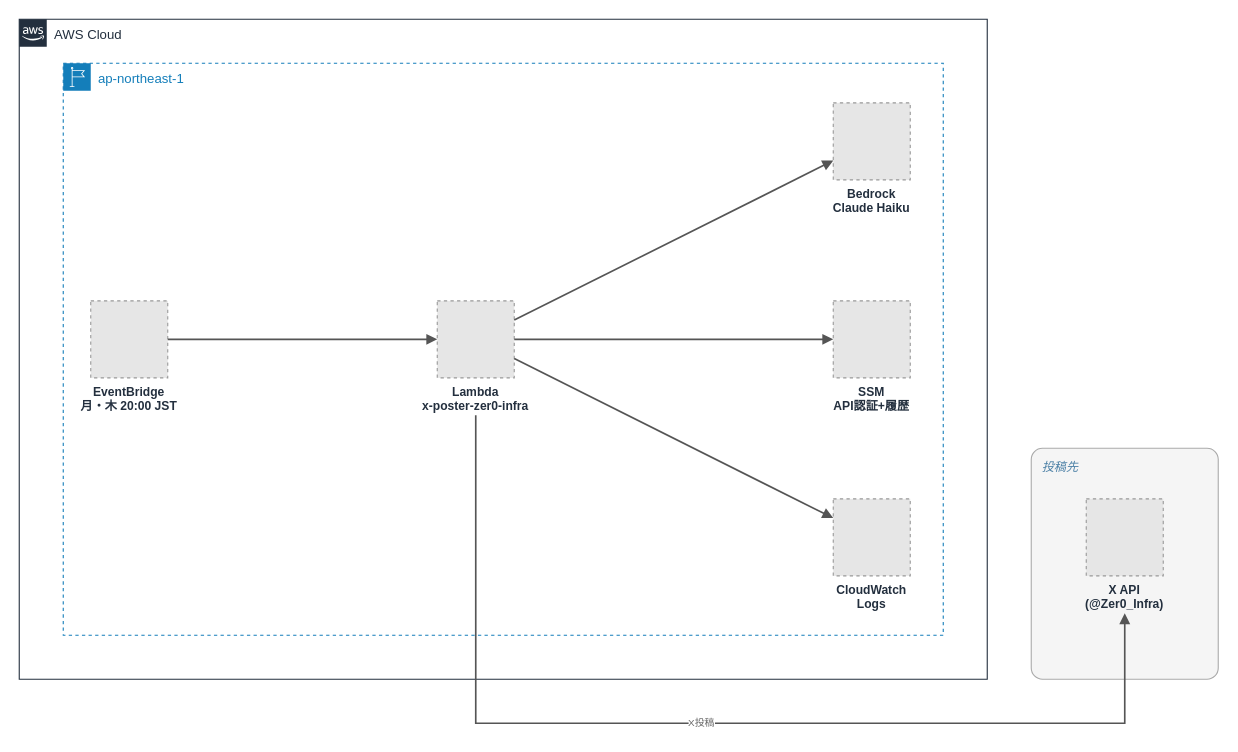
Zer0-1179/Zer0-public keeps this draw.io diagram as 001_x-poster-zer0-infra/images/001_architecture.drawio. Above is the earlier version. Source tidied: cells renumbered, new cells numbered last; positions are measured from the earlier drawing's top-left corner, leaving out a move shared by most shapes. Both pictures are drawn from the tidied source at 110%, with x=0, y=0 at pixel (19, 19). Pictures stored in the file or linked from it are replaced by grey dashed boxes.
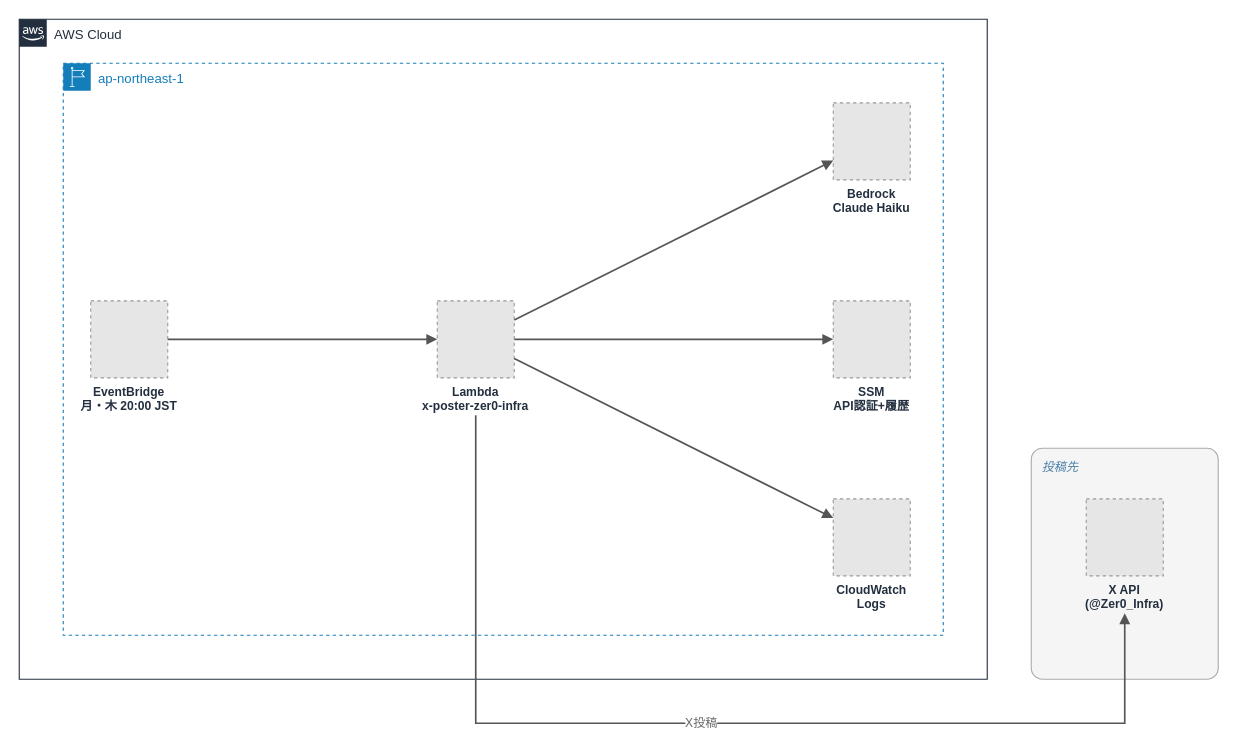
The same diagram, later.

Diff of the diagram source:
```diff
@@
 <mxGraphModel>
   <root>
     <mxCell id="0" />
     <mxCell id="1" parent="0" />
     <mxCell id="2" value="AWS Cloud" style="gradientColor=none;html=1;whiteSpace=wrap;fontSize=12;fontStyle=0;shape=mxgraph.aws4.group;grIcon=mxgraph.aws4.group_aws_cloud_alt;strokeColor=#232F3E;fillColor=none;verticalAlign=top;align=left;spacingLeft=30;fontColor=#232F3E;dashed=0;" parent="1" vertex="1">
       <mxGeometry width="880" height="600" as="geometry" />
     </mxCell>
     <mxCell id="3" value="投稿先" style="rounded=1;arcSize=6;whiteSpace=wrap;html=1;fillColor=#F5F5F5;strokeColor=#AAAAAA;verticalAlign=top;align=left;spacingLeft=8;spacingTop=4;fontColor=#4A7FA5;fontStyle=2;fontSize=11;" parent="1" vertex="1">
       <mxGeometry x="920" y="390" width="170" height="210" as="geometry" />
     </mxCell>
     <mxCell id="4" value="EventBridge&#10;月・木 20:00 JST" style="fillColor=#E6E6E6;strokeColor=#999999;dashed=1;verticalLabelPosition=bottom;verticalAlign=top;labelBackgroundColor=none;fontSize=11;fontStyle=1;fontColor=#232F3E;" parent="1" vertex="1">
       <mxGeometry x="65" y="256" width="70" height="70" as="geometry" />
     </mxCell>
     <mxCell id="5" value="Lambda&#10;x-poster-zer0-infra" style="fillColor=#E6E6E6;strokeColor=#999999;dashed=1;verticalLabelPosition=bottom;verticalAlign=top;labelBackgroundColor=none;fontSize=11;fontStyle=1;fontColor=#232F3E;" parent="1" vertex="1">
       <mxGeometry x="380" y="256" width="70" height="70" as="geometry" />
     </mxCell>
     <mxCell id="6" value="Bedrock&#10;Claude Haiku" style="fillColor=#E6E6E6;strokeColor=#999999;dashed=1;verticalLabelPosition=bottom;verticalAlign=top;labelBackgroundColor=none;fontSize=11;fontStyle=1;fontColor=#232F3E;" parent="1" vertex="1">
       <mxGeometry x="740" y="76" width="70" height="70" as="geometry" />
     </mxCell>
     <mxCell id="7" value="SSM&#10;API認証+履歴" style="fillColor=#E6E6E6;strokeColor=#999999;dashed=1;verticalLabelPosition=bottom;verticalAlign=top;labelBackgroundColor=none;fontSize=11;fontStyle=1;fontColor=#232F3E;" parent="1" vertex="1">
       <mxGeometry x="740" y="256" width="70" height="70" as="geometry" />
     </mxCell>
     <mxCell id="8" value="CloudWatch&#10;Logs" style="fillColor=#E6E6E6;strokeColor=#999999;dashed=1;verticalLabelPosition=bottom;verticalAlign=top;labelBackgroundColor=none;fontSize=11;fontStyle=1;fontColor=#232F3E;" parent="1" vertex="1">
       <mxGeometry x="740" y="436" width="70" height="70" as="geometry" />
     </mxCell>
     <mxCell id="9" value="X API&#10;(@Zer0_Infra)" style="fillColor=#E6E6E6;strokeColor=#999999;dashed=1;verticalLabelPosition=bottom;verticalAlign=top;labelBackgroundColor=none;fontSize=11;fontStyle=1;fontColor=#232F3E;" parent="1" vertex="1">
       <mxGeometry x="970" y="436" width="70" height="70" as="geometry" />
     </mxCell>
     <mxCell id="10" style="endArrow=block;html=1;rounded=0;edgeStyle=none;strokeColor=#555555;strokeWidth=1.5;fontSize=9;fontColor=#666666;labelBackgroundColor=#FFFFFF;" parent="1" edge="1" source="4" target="5">
       <mxGeometry relative="1" as="geometry" />
     </mxCell>
     <mxCell id="11" style="endArrow=block;html=1;rounded=0;edgeStyle=none;strokeColor=#555555;strokeWidth=1.5;fontSize=9;fontColor=#666666;labelBackgroundColor=#FFFFFF;" parent="1" edge="1" source="5" target="6">
       <mxGeometry relative="1" as="geometry" />
     </mxCell>
     <mxCell id="12" style="endArrow=block;html=1;rounded=0;edgeStyle=none;strokeColor=#555555;strokeWidth=1.5;fontSize=9;fontColor=#666666;labelBackgroundColor=#FFFFFF;" parent="1" edge="1" source="5" target="7">
       <mxGeometry relative="1" as="geometry" />
     </mxCell>
     <mxCell id="13" style="endArrow=block;html=1;rounded=0;edgeStyle=none;strokeColor=#555555;strokeWidth=1.5;fontSize=9;fontColor=#666666;labelBackgroundColor=#FFFFFF;" parent="1" edge="1" source="5" target="8">
       <mxGeometry relative="1" as="geometry" />
     </mxCell>
-    <mxCell id="14" value="X投稿" style="endArrow=block;html=1;rounded=0;edgeStyle=orthogonalEdgeStyle;strokeColor=#555555;strokeWidth=1.5;fontSize=9;fontColor=#666666;labelBackgroundColor=#FFFFFF;" parent="1" edge="1">
+    <mxCell id="14" value="&lt;font style=&quot;font-size: 11px;&quot;&gt;X投稿&lt;/font&gt;" style="endArrow=block;html=1;rounded=0;edgeStyle=orthogonalEdgeStyle;strokeColor=#555555;strokeWidth=1.5;fontSize=9;fontColor=#666666;labelBackgroundColor=#FFFFFF;" parent="1" edge="1">
       <mxGeometry relative="1" as="geometry">
         <mxPoint x="415" y="360" as="sourcePoint" />
         <mxPoint x="1005" y="540" as="targetPoint" />
         <Array as="points">
           <mxPoint x="415" y="640" />
           <mxPoint x="1005" y="640" />
         </Array>
       </mxGeometry>
     </mxCell>
     <mxCell id="15" value="ap-northeast-1" style="gradientColor=none;html=1;whiteSpace=wrap;fontSize=12;fontStyle=0;shape=mxgraph.aws4.group;grIcon=mxgraph.aws4.group_region;strokeColor=#147EBA;fillColor=none;verticalAlign=top;align=left;spacingLeft=30;fontColor=#147EBA;dashed=1;" parent="1" vertex="1">
       <mxGeometry x="40" y="40" width="800" height="520" as="geometry" />
     </mxCell>
   </root>
 </mxGraphModel>
```
